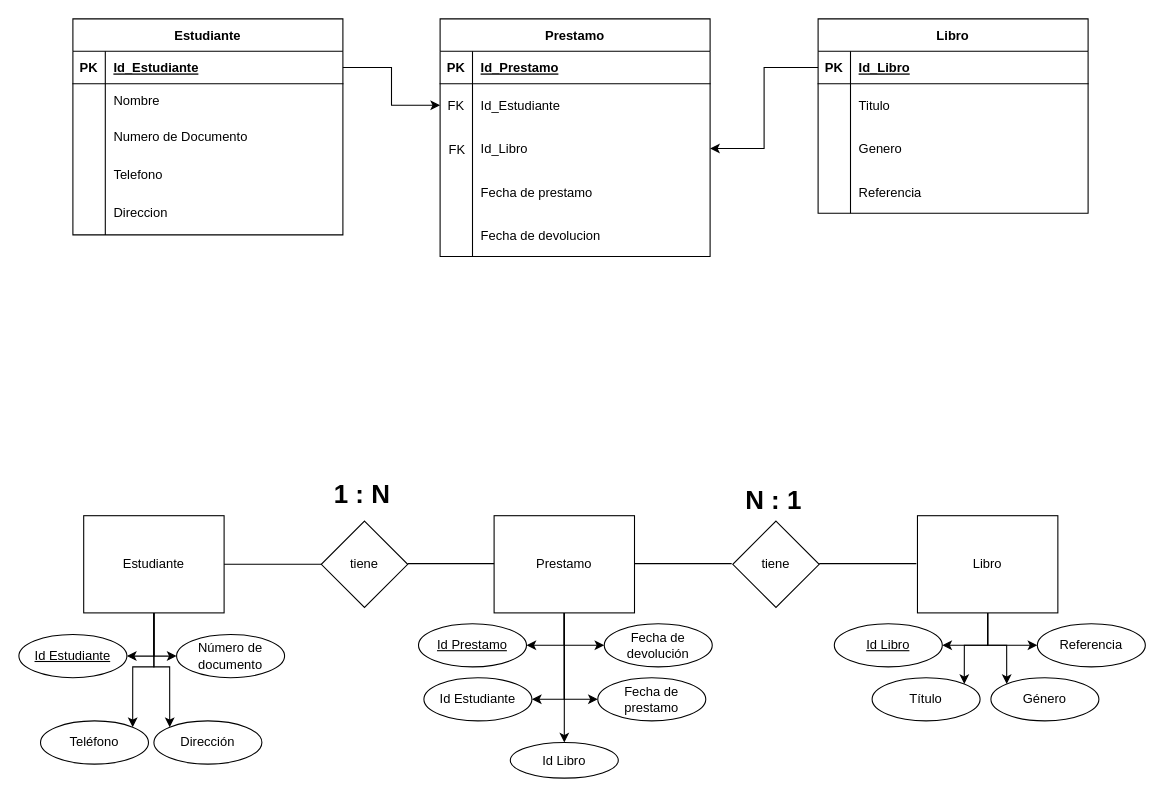
sotoale8/pruebaTecnicaAnalistaDePruebas keeps this draw.io diagram as modeloEntidadRelacion.drawio. Above is the earlier version. Source tidied: cells renumbered, new cells numbered last; positions are measured from the earlier drawing's top-left corner, leaving out a move shared by most shapes. Both pictures are drawn from the tidied source at 108%, with x=0, y=0 at pixel (18, 18).
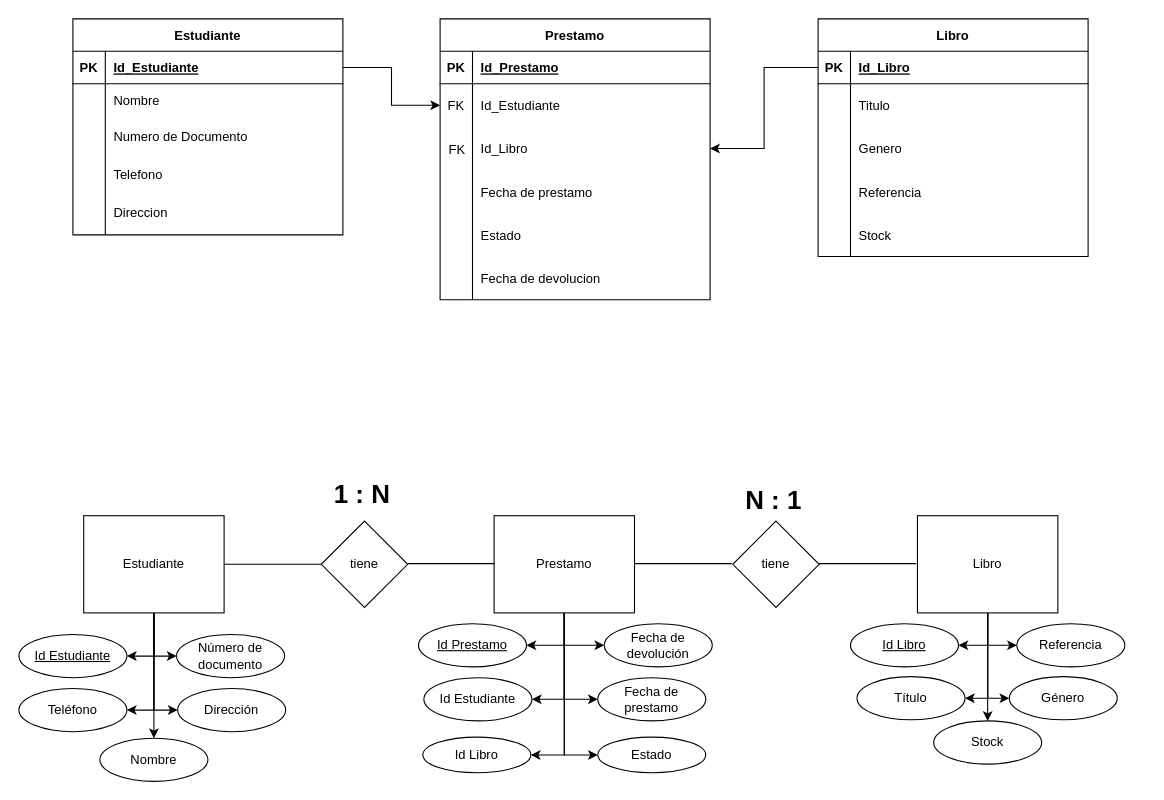
The same diagram, later.

The change refers to these unchanged cells:
```xml
<mxCell id="52" value="Estudiante" style="rounded=0;whiteSpace=wrap;html=1;" parent="1" vertex="1">
  <mxGeometry x="60" y="460" width="130" height="90" as="geometry" />
</mxCell>
<mxCell id="60" value="Prestamo" style="rounded=0;whiteSpace=wrap;html=1;" parent="1" vertex="1">
  <mxGeometry x="440" y="460" width="130" height="90" as="geometry" />
</mxCell>
<mxCell id="67" value="Libro" style="rounded=0;whiteSpace=wrap;html=1;" parent="1" vertex="1">
  <mxGeometry x="832" y="460" width="130" height="90" as="geometry" />
</mxCell>
<mxCell id="78" value="Número de documento" style="ellipse;whiteSpace=wrap;html=1;align=center;" parent="1" vertex="1">
  <mxGeometry x="146" y="570" width="100" height="40" as="geometry" />
</mxCell>
```

The edit, as a diff of the source:
```diff
@@
     <mxCell id="2" value="Prestamo" style="shape=table;startSize=30;childLayout=tableLayout;rowLines=0;fontStyle=1;align=center;" parent="1" vertex="1">
-      <mxGeometry x="390" width="250" height="220" as="geometry" />
+      <mxGeometry x="390" width="250" height="260" as="geometry" />
     </mxCell>
@@
+    <mxCell id="87" style="shape=partialRectangle;fillColor=none;top=0;left=0;right=0;bottom=0;" parent="2" vertex="1">
+      <mxGeometry y="180" width="250" height="40" as="geometry" />
+    </mxCell>
+    <mxCell id="88" style="shape=partialRectangle;overflow=hidden;fillColor=none;top=0;left=0;bottom=0;right=0;" parent="87" vertex="1">
+      <mxGeometry width="30" height="40" as="geometry" />
+    </mxCell>
+    <mxCell id="89" value="Estado" style="shape=partialRectangle;overflow=hidden;fillColor=none;top=0;left=0;bottom=0;right=0;align=left;spacingLeft=6;" parent="87" vertex="1">
+      <mxGeometry x="30" width="220" height="40" as="geometry" />
+    </mxCell>
     <mxCell id="15" style="shape=partialRectangle;fillColor=none;top=0;left=0;right=0;bottom=0;" parent="2" vertex="1">
-      <mxGeometry y="180" width="250" height="40" as="geometry" />
+      <mxGeometry y="220" width="250" height="40" as="geometry" />
     </mxCell>
@@
     <mxCell id="18" value="Libro" style="shape=table;startSize=30;childLayout=tableLayout;rowLines=0;fontStyle=1;align=center;" parent="1" vertex="1">
-      <mxGeometry x="740" width="250" height="180" as="geometry" />
+      <mxGeometry x="740" width="250" height="220" as="geometry" />
     </mxCell>
@@
+    <mxCell id="90" style="shape=partialRectangle;fillColor=none;top=0;left=0;right=0;bottom=0;" parent="18" vertex="1">
+      <mxGeometry y="180" width="250" height="40" as="geometry" />
+    </mxCell>
+    <mxCell id="91" style="shape=partialRectangle;overflow=hidden;fillColor=none;top=0;left=0;bottom=0;right=0;" parent="90" vertex="1">
+      <mxGeometry width="30" height="40" as="geometry" />
+    </mxCell>
+    <mxCell id="92" value="Stock" style="shape=partialRectangle;overflow=hidden;fillColor=none;top=0;left=0;bottom=0;right=0;align=left;spacingLeft=6;" parent="90" vertex="1">
+      <mxGeometry x="30" width="220" height="40" as="geometry" />
+    </mxCell>
@@
+    <mxCell id="51" style="edgeStyle=orthogonalEdgeStyle;rounded=0;jettySize=auto;html=1;exitX=0.5;exitY=1;exitDx=0;exitDy=0;entryX=0;entryY=0.5;entryDx=0;entryDy=0;" parent="1" edge="1" source="52" target="78">
+      <mxGeometry relative="1" as="geometry">
+        <Array as="points">
+          <mxPoint x="125" y="590" />
+        </Array>
+      </mxGeometry>
+    </mxCell>
-    <mxCell id="49" style="edgeStyle=orthogonalEdgeStyle;rounded=0;jettySize=auto;html=1;exitX=0.5;exitY=1;exitDx=0;exitDy=0;entryX=1;entryY=0;entryDx=0;entryDy=0;" parent="1" edge="1" source="52" target="76">
+    <mxCell id="49" style="edgeStyle=orthogonalEdgeStyle;rounded=0;jettySize=auto;html=1;exitX=0.5;exitY=1;exitDx=0;exitDy=0;entryX=1;entryY=0.5;entryDx=0;entryDy=0;" parent="1" edge="1" source="52" target="76">
       <mxGeometry relative="1" as="geometry" />
     </mxCell>
-    <mxCell id="50" style="edgeStyle=orthogonalEdgeStyle;rounded=0;jettySize=auto;html=1;exitX=0.5;exitY=1;exitDx=0;exitDy=0;entryX=0;entryY=0;entryDx=0;entryDy=0;" parent="1" edge="1" source="52" target="77">
-      <mxGeometry relative="1" as="geometry" />
+    <mxCell id="50" style="edgeStyle=orthogonalEdgeStyle;rounded=0;jettySize=auto;html=1;exitX=0.5;exitY=1;exitDx=0;exitDy=0;entryX=0;entryY=0.5;entryDx=0;entryDy=0;" parent="1" edge="1" source="52" target="77">
+      <mxGeometry relative="1" as="geometry">
+        <Array as="points">
+          <mxPoint x="125" y="640" />
+        </Array>
+      </mxGeometry>
     </mxCell>
-    <mxCell id="51" style="edgeStyle=orthogonalEdgeStyle;rounded=0;jettySize=auto;html=1;exitX=0.5;exitY=1;exitDx=0;exitDy=0;entryX=0;entryY=0.5;entryDx=0;entryDy=0;" parent="1" edge="1" source="52" target="78">
-      <mxGeometry relative="1" as="geometry">
-        <Array as="points">
-          <mxPoint x="125" y="590" />
-        </Array>
-      </mxGeometry>
-    </mxCell>
+    <mxCell id="93" style="edgeStyle=orthogonalEdgeStyle;rounded=0;jettySize=auto;html=1;exitX=0.5;exitY=1;exitDx=0;exitDy=0;entryX=0.5;entryY=0;entryDx=0;entryDy=0;" parent="1" edge="1" source="52" target="99">
+      <mxGeometry relative="1" as="geometry" />
+    </mxCell>
@@
+    <mxCell id="94" style="edgeStyle=orthogonalEdgeStyle;rounded=0;jettySize=auto;html=1;exitX=0.5;exitY=1;exitDx=0;exitDy=0;entryX=1;entryY=0.5;entryDx=0;entryDy=0;" parent="1" edge="1" source="60" target="82">
+      <mxGeometry relative="1" as="geometry" />
+    </mxCell>
+    <mxCell id="95" style="edgeStyle=orthogonalEdgeStyle;rounded=0;jettySize=auto;html=1;exitX=0.5;exitY=1;exitDx=0;exitDy=0;entryX=0;entryY=0.5;entryDx=0;entryDy=0;" parent="1" edge="1" source="60" target="98">
+      <mxGeometry relative="1" as="geometry" />
+    </mxCell>
@@
+    <mxCell id="65" style="edgeStyle=orthogonalEdgeStyle;rounded=0;jettySize=auto;html=1;exitX=0.5;exitY=1;exitDx=0;exitDy=0;entryX=1;entryY=0.5;entryDx=0;entryDy=0;" parent="1" edge="1" source="67" target="72">
+      <mxGeometry relative="1" as="geometry" />
+    </mxCell>
+    <mxCell id="66" style="edgeStyle=orthogonalEdgeStyle;rounded=0;jettySize=auto;html=1;exitX=0.5;exitY=1;exitDx=0;exitDy=0;entryX=0;entryY=0.5;entryDx=0;entryDy=0;" parent="1" edge="1" source="67" target="84">
+      <mxGeometry relative="1" as="geometry" />
+    </mxCell>
+    <mxCell id="96" style="edgeStyle=orthogonalEdgeStyle;rounded=0;jettySize=auto;html=1;exitX=0.5;exitY=1;exitDx=0;exitDy=0;entryX=0.5;entryY=0;entryDx=0;entryDy=0;" parent="1" edge="1" source="67" target="97">
+      <mxGeometry relative="1" as="geometry" />
+    </mxCell>
-    <mxCell id="63" style="edgeStyle=orthogonalEdgeStyle;rounded=0;jettySize=auto;html=1;exitX=0.5;exitY=1;exitDx=0;exitDy=0;entryX=1;entryY=0;entryDx=0;entryDy=0;" parent="1" edge="1" source="67" target="85">
+    <mxCell id="63" style="edgeStyle=orthogonalEdgeStyle;rounded=0;jettySize=auto;html=1;exitX=0.5;exitY=1;exitDx=0;exitDy=0;entryX=1;entryY=0.5;entryDx=0;entryDy=0;" parent="1" edge="1" source="67" target="85">
       <mxGeometry relative="1" as="geometry" />
     </mxCell>
-    <mxCell id="64" style="edgeStyle=orthogonalEdgeStyle;rounded=0;jettySize=auto;html=1;exitX=0.5;exitY=1;exitDx=0;exitDy=0;entryX=0;entryY=0;entryDx=0;entryDy=0;" parent="1" edge="1" source="67" target="83">
+    <mxCell id="64" style="edgeStyle=orthogonalEdgeStyle;rounded=0;jettySize=auto;html=1;entryX=0;entryY=0.5;entryDx=0;entryDy=0;" parent="1" edge="1" source="67" target="83">
       <mxGeometry relative="1" as="geometry" />
     </mxCell>
-    <mxCell id="65" style="edgeStyle=orthogonalEdgeStyle;rounded=0;jettySize=auto;html=1;exitX=0.5;exitY=1;exitDx=0;exitDy=0;entryX=1;entryY=0.5;entryDx=0;entryDy=0;" parent="1" edge="1" source="67" target="72">
-      <mxGeometry relative="1" as="geometry" />
-    </mxCell>
-    <mxCell id="66" style="edgeStyle=orthogonalEdgeStyle;rounded=0;jettySize=auto;html=1;exitX=0.5;exitY=1;exitDx=0;exitDy=0;entryX=0;entryY=0.5;entryDx=0;entryDy=0;" parent="1" edge="1" source="67" target="84">
-      <mxGeometry relative="1" as="geometry" />
-    </mxCell>
@@
     <mxCell id="72" value="&lt;u&gt;Id Libro&lt;/u&gt;" style="ellipse;whiteSpace=wrap;html=1;align=center;" parent="1" vertex="1">
-      <mxGeometry x="755" y="560" width="100" height="40" as="geometry" />
+      <mxGeometry x="770" y="560" width="100" height="40" as="geometry" />
     </mxCell>
@@
     <mxCell id="76" value="Teléfono" style="ellipse;whiteSpace=wrap;html=1;align=center;" parent="1" vertex="1">
-      <mxGeometry x="20" y="650" width="100" height="40" as="geometry" />
+      <mxGeometry y="620" width="100" height="40" as="geometry" />
     </mxCell>
     <mxCell id="77" value="Dirección" style="ellipse;whiteSpace=wrap;html=1;align=center;" parent="1" vertex="1">
-      <mxGeometry x="125" y="650" width="100" height="40" as="geometry" />
+      <mxGeometry x="147" y="620" width="100" height="40" as="geometry" />
     </mxCell>
@@
     <mxCell id="82" value="Id Libro" style="ellipse;whiteSpace=wrap;html=1;align=center;" parent="1" vertex="1">
-      <mxGeometry x="455" y="670" width="100" height="33" as="geometry" />
+      <mxGeometry x="374" y="665" width="100" height="33" as="geometry" />
     </mxCell>
     <mxCell id="83" value="Género" style="ellipse;whiteSpace=wrap;html=1;align=center;" parent="1" vertex="1">
-      <mxGeometry x="900" y="610" width="100" height="40" as="geometry" />
+      <mxGeometry x="917" y="609" width="100" height="40" as="geometry" />
     </mxCell>
     <mxCell id="84" value="Referencia" style="ellipse;whiteSpace=wrap;html=1;align=center;" parent="1" vertex="1">
-      <mxGeometry x="943" y="560" width="100" height="40" as="geometry" />
+      <mxGeometry x="924" y="560" width="100" height="40" as="geometry" />
     </mxCell>
     <mxCell id="85" value="Título" style="ellipse;whiteSpace=wrap;html=1;align=center;" parent="1" vertex="1">
-      <mxGeometry x="790" y="610" width="100" height="40" as="geometry" />
+      <mxGeometry x="776" y="609" width="100" height="40" as="geometry" />
     </mxCell>
-    <mxCell id="86" style="edgeStyle=orthogonalEdgeStyle;rounded=0;jettySize=auto;html=1;exitX=0.5;exitY=1;exitDx=0;exitDy=0;" parent="1" edge="1" source="60">
-      <mxGeometry relative="1" as="geometry">
-        <mxPoint x="505" y="670" as="targetPoint" />
-      </mxGeometry>
-    </mxCell>
+    <mxCell id="97" value="Stock" style="ellipse;whiteSpace=wrap;html=1;align=center;" parent="1" vertex="1">
+      <mxGeometry x="847" y="650" width="100" height="40" as="geometry" />
+    </mxCell>
+    <mxCell id="98" value="Estado" style="ellipse;whiteSpace=wrap;html=1;align=center;" parent="1" vertex="1">
+      <mxGeometry x="536" y="665" width="100" height="33" as="geometry" />
+    </mxCell>
+    <mxCell id="99" value="Nombre" style="ellipse;whiteSpace=wrap;html=1;align=center;" parent="1" vertex="1">
+      <mxGeometry x="75" y="666" width="100" height="40" as="geometry" />
+    </mxCell>
```
